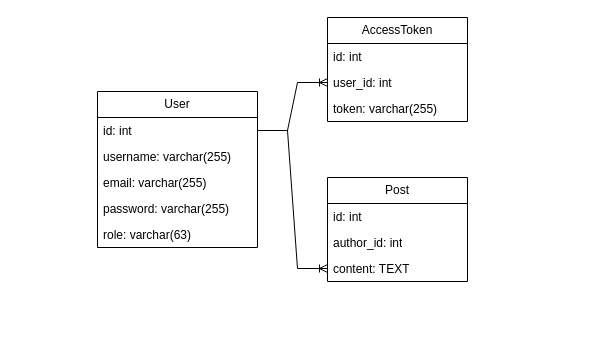
Earlier version of the draw.io diagram erd-diagram.drawio (Alchimis/yii-blog). Source tidied: cells renumbered, new cells numbered last; positions are measured from the earlier drawing's top-left corner, leaving out a move shared by most shapes. Both pictures are drawn from the tidied source at 100%, with x=0, y=0 at pixel (97, 17).
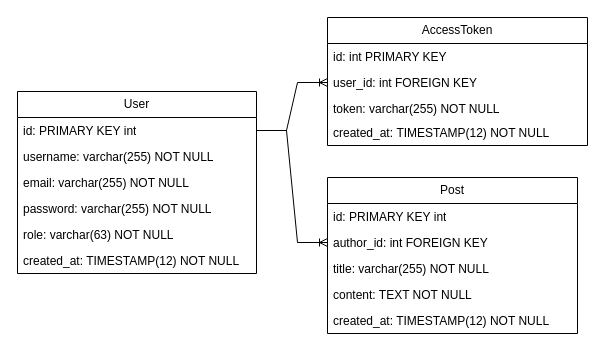
The same page after the edit.

Commit message:
Поправил er-диаргамму базы данных

Change to the diagram source:
```diff
@@
     <mxCell id="2" value="User" style="swimlane;fontStyle=0;horizontal=1;startSize=26;fillColor=none;whiteSpace=wrap;html=1;" parent="1" vertex="1">
-      <mxGeometry y="74" width="160" height="156" as="geometry" />
+      <mxGeometry x="-80" y="74" width="239" height="182" as="geometry" />
     </mxCell>
-    <mxCell id="3" value="id: int&amp;nbsp;" style="text;strokeColor=none;fillColor=none;align=left;verticalAlign=top;spacingLeft=4;spacingRight=4;overflow=hidden;points=[[0,0.5],[1,0.5]];portConstraint=eastwest;whiteSpace=wrap;html=1;" parent="2" vertex="1">
-      <mxGeometry y="26" width="160" height="26" as="geometry" />
+    <mxCell id="3" value="id: PRIMARY KEY int" style="text;strokeColor=none;fillColor=none;align=left;verticalAlign=top;spacingLeft=4;spacingRight=4;overflow=hidden;points=[[0,0.5],[1,0.5]];portConstraint=eastwest;whiteSpace=wrap;html=1;" parent="2" vertex="1">
+      <mxGeometry y="26" width="239" height="26" as="geometry" />
     </mxCell>
-    <mxCell id="4" value="username: varchar(255)" style="text;strokeColor=none;fillColor=none;align=left;verticalAlign=top;spacingLeft=4;spacingRight=4;overflow=hidden;whiteSpace=wrap;html=1;" parent="2" vertex="1">
-      <mxGeometry y="52" width="160" height="26" as="geometry" />
+    <mxCell id="4" value="username: varchar(255) NOT NULL" style="text;strokeColor=none;fillColor=none;align=left;verticalAlign=top;spacingLeft=4;spacingRight=4;overflow=hidden;whiteSpace=wrap;html=1;" parent="2" vertex="1">
+      <mxGeometry y="52" width="239" height="26" as="geometry" />
     </mxCell>
-    <mxCell id="5" value="email: varchar(255)" style="text;strokeColor=none;fillColor=none;align=left;verticalAlign=top;spacingLeft=4;spacingRight=4;overflow=hidden;whiteSpace=wrap;html=1;" parent="2" vertex="1">
-      <mxGeometry y="78" width="160" height="26" as="geometry" />
+    <mxCell id="5" value="email: varchar(255) NOT NULL" style="text;strokeColor=none;fillColor=none;align=left;verticalAlign=top;spacingLeft=4;spacingRight=4;overflow=hidden;whiteSpace=wrap;html=1;" parent="2" vertex="1">
+      <mxGeometry y="78" width="239" height="26" as="geometry" />
     </mxCell>
-    <mxCell id="6" value="password: varchar(255)" style="text;strokeColor=none;fillColor=none;align=left;verticalAlign=top;spacingLeft=4;spacingRight=4;overflow=hidden;whiteSpace=wrap;html=1;" parent="2" vertex="1">
-      <mxGeometry y="104" width="160" height="26" as="geometry" />
+    <mxCell id="6" value="password: varchar(255) NOT NULL" style="text;strokeColor=none;fillColor=none;align=left;verticalAlign=top;spacingLeft=4;spacingRight=4;overflow=hidden;whiteSpace=wrap;html=1;" parent="2" vertex="1">
+      <mxGeometry y="104" width="239" height="26" as="geometry" />
     </mxCell>
-    <mxCell id="7" value="role: varchar(63)" style="text;strokeColor=none;fillColor=none;align=left;verticalAlign=top;spacingLeft=4;spacingRight=4;overflow=hidden;whiteSpace=wrap;html=1;" parent="2" vertex="1">
-      <mxGeometry y="130" width="160" height="26" as="geometry" />
+    <mxCell id="7" value="role: varchar(63) NOT NULL" style="text;strokeColor=none;fillColor=none;align=left;verticalAlign=top;spacingLeft=4;spacingRight=4;overflow=hidden;whiteSpace=wrap;html=1;" parent="2" vertex="1">
+      <mxGeometry y="130" width="239" height="26" as="geometry" />
     </mxCell>
+    <mxCell id="18" value="created_at: TIMESTAMP(12) NOT NULL" style="text;strokeColor=none;fillColor=none;align=left;verticalAlign=top;spacingLeft=4;spacingRight=4;overflow=hidden;whiteSpace=wrap;html=1;" parent="2" vertex="1">
+      <mxGeometry y="156" width="239" height="26" as="geometry" />
+    </mxCell>
     <mxCell id="8" value="AccessToken" style="swimlane;fontStyle=0;horizontal=1;startSize=26;fillColor=none;whiteSpace=wrap;html=1;" parent="1" vertex="1">
-      <mxGeometry x="230" width="140" height="104" as="geometry" />
+      <mxGeometry x="230" width="260" height="128" as="geometry" />
     </mxCell>
-    <mxCell id="9" value="id: int" style="text;strokeColor=none;fillColor=none;align=left;verticalAlign=top;spacingLeft=4;spacingRight=4;overflow=hidden;whiteSpace=wrap;html=1;" parent="8" vertex="1">
-      <mxGeometry y="26" width="140" height="26" as="geometry" />
+    <mxCell id="9" value="id: int PRIMARY KEY" style="text;strokeColor=none;fillColor=none;align=left;verticalAlign=top;spacingLeft=4;spacingRight=4;overflow=hidden;whiteSpace=wrap;html=1;" parent="8" vertex="1">
+      <mxGeometry y="26" width="260" height="26" as="geometry" />
     </mxCell>
-    <mxCell id="10" value="user_id: int" style="text;strokeColor=none;fillColor=none;align=left;verticalAlign=top;spacingLeft=4;spacingRight=4;overflow=hidden;points=[[0,0.5],[1,0.5]];portConstraint=eastwest;whiteSpace=wrap;html=1;" parent="8" vertex="1">
-      <mxGeometry y="52" width="140" height="26" as="geometry" />
+    <mxCell id="10" value="user_id: int FOREIGN KEY" style="text;strokeColor=none;fillColor=none;align=left;verticalAlign=top;spacingLeft=4;spacingRight=4;overflow=hidden;points=[[0,0.5],[1,0.5]];portConstraint=eastwest;whiteSpace=wrap;html=1;" parent="8" vertex="1">
+      <mxGeometry y="52" width="260" height="26" as="geometry" />
     </mxCell>
-    <mxCell id="11" value="token: varchar(255)" style="text;strokeColor=none;fillColor=none;align=left;verticalAlign=top;spacingLeft=4;spacingRight=4;overflow=hidden;whiteSpace=wrap;html=1;" parent="8" vertex="1">
-      <mxGeometry y="78" width="140" height="26" as="geometry" />
+    <mxCell id="11" value="token: varchar(255) NOT NULL" style="text;strokeColor=none;fillColor=none;align=left;verticalAlign=top;spacingLeft=4;spacingRight=4;overflow=hidden;whiteSpace=wrap;html=1;" parent="8" vertex="1">
+      <mxGeometry y="78" width="260" height="24" as="geometry" />
     </mxCell>
+    <mxCell id="19" value="created_at:&amp;nbsp;TIMESTAMP(12) NOT NULL" style="text;strokeColor=none;fillColor=none;align=left;verticalAlign=top;spacingLeft=4;spacingRight=4;overflow=hidden;whiteSpace=wrap;html=1;" parent="8" vertex="1">
+      <mxGeometry y="102" width="260" height="26" as="geometry" />
+    </mxCell>
     <mxCell id="12" value="Post" style="swimlane;fontStyle=0;horizontal=1;startSize=26;fillColor=none;whiteSpace=wrap;html=1;" parent="1" vertex="1">
-      <mxGeometry x="230" y="160" width="140" height="104" as="geometry" />
+      <mxGeometry x="230" y="160" width="250" height="156" as="geometry" />
     </mxCell>
-    <mxCell id="13" value="id: int" style="text;strokeColor=none;fillColor=none;align=left;verticalAlign=top;spacingLeft=4;spacingRight=4;overflow=hidden;whiteSpace=wrap;html=1;" parent="12" vertex="1">
-      <mxGeometry y="26" width="140" height="26" as="geometry" />
+    <mxCell id="13" value="id: PRIMARY KEY int" style="text;strokeColor=none;fillColor=none;align=left;verticalAlign=top;spacingLeft=4;spacingRight=4;overflow=hidden;whiteSpace=wrap;html=1;" parent="12" vertex="1">
+      <mxGeometry y="26" width="250" height="26" as="geometry" />
     </mxCell>
-    <mxCell id="14" value="author_id: int" style="text;strokeColor=none;fillColor=none;align=left;verticalAlign=top;spacingLeft=4;spacingRight=4;overflow=hidden;points=[[0,0.5],[1,0.5]];portConstraint=eastwest;whiteSpace=wrap;html=1;" parent="12" vertex="1">
-      <mxGeometry y="52" width="140" height="26" as="geometry" />
+    <mxCell id="14" value="author_id: int FOREIGN KEY" style="text;strokeColor=none;fillColor=none;align=left;verticalAlign=top;spacingLeft=4;spacingRight=4;overflow=hidden;points=[[0,0.5],[1,0.5]];portConstraint=eastwest;whiteSpace=wrap;html=1;" parent="12" vertex="1">
+      <mxGeometry y="52" width="250" height="26" as="geometry" />
     </mxCell>
+    <mxCell id="20" value="title: varchar(255) NOT NULL" style="text;strokeColor=none;fillColor=none;align=left;verticalAlign=top;spacingLeft=4;spacingRight=4;overflow=hidden;whiteSpace=wrap;html=1;" parent="12" vertex="1">
+      <mxGeometry y="78" width="250" height="26" as="geometry" />
+    </mxCell>
-    <mxCell id="15" value="content: TEXT" style="text;strokeColor=none;fillColor=none;align=left;verticalAlign=top;spacingLeft=4;spacingRight=4;overflow=hidden;points=[[0,0.5],[1,0.5]];portConstraint=eastwest;whiteSpace=wrap;html=1;" parent="12" vertex="1">
-      <mxGeometry y="78" width="140" height="26" as="geometry" />
+    <mxCell id="15" value="content: TEXT NOT NULL" style="text;strokeColor=none;fillColor=none;align=left;verticalAlign=top;spacingLeft=4;spacingRight=4;overflow=hidden;points=[[0,0.5],[1,0.5]];portConstraint=eastwest;whiteSpace=wrap;html=1;" parent="12" vertex="1">
+      <mxGeometry y="104" width="250" height="26" as="geometry" />
     </mxCell>
+    <mxCell id="21" value="created_at: TIMESTAMP(12) NOT NULL" style="text;strokeColor=none;fillColor=none;align=left;verticalAlign=top;spacingLeft=4;spacingRight=4;overflow=hidden;whiteSpace=wrap;html=1;" parent="12" vertex="1">
+      <mxGeometry y="130" width="250" height="26" as="geometry" />
+    </mxCell>
@@
-    <mxCell id="17" style="edgeStyle=entityRelationEdgeStyle;fontSize=12;html=1;endArrow=ERoneToMany;rounded=0;" parent="1" edge="1" source="3" target="15">
+    <mxCell id="17" style="edgeStyle=entityRelationEdgeStyle;fontSize=12;html=1;endArrow=ERoneToMany;rounded=0;" parent="1" edge="1" source="3" target="14">
       <mxGeometry relative="1" as="geometry" />
     </mxCell>
```
